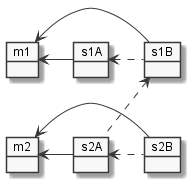
researchstudio-sat/webofneeds keeps this PlantUML diagram as documentation/protocol/img/conn-message-container-same-side.png. Above is the earlier version.
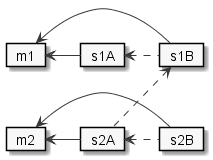
The same diagram one commit later.

Diff of the diagram source:
```diff
@@ -5,13 +5,13 @@
 hide attributes
 
 
-object "m1"  as m1A
-object "s1A"  as s1A
-object "s1B"  as s1B
+card "m1"  as m1A
+card "s1A"  as s1A
+card "s1B"  as s1B
 
-object "m2"  as m2A
-object "s2B"  as s2B
-object "s2A" as s2A
+card "m2"  as m2A
+card "s2B"  as s2B
+card "s2A" as s2A
 
 
 s1A --left-->  m1A
```
